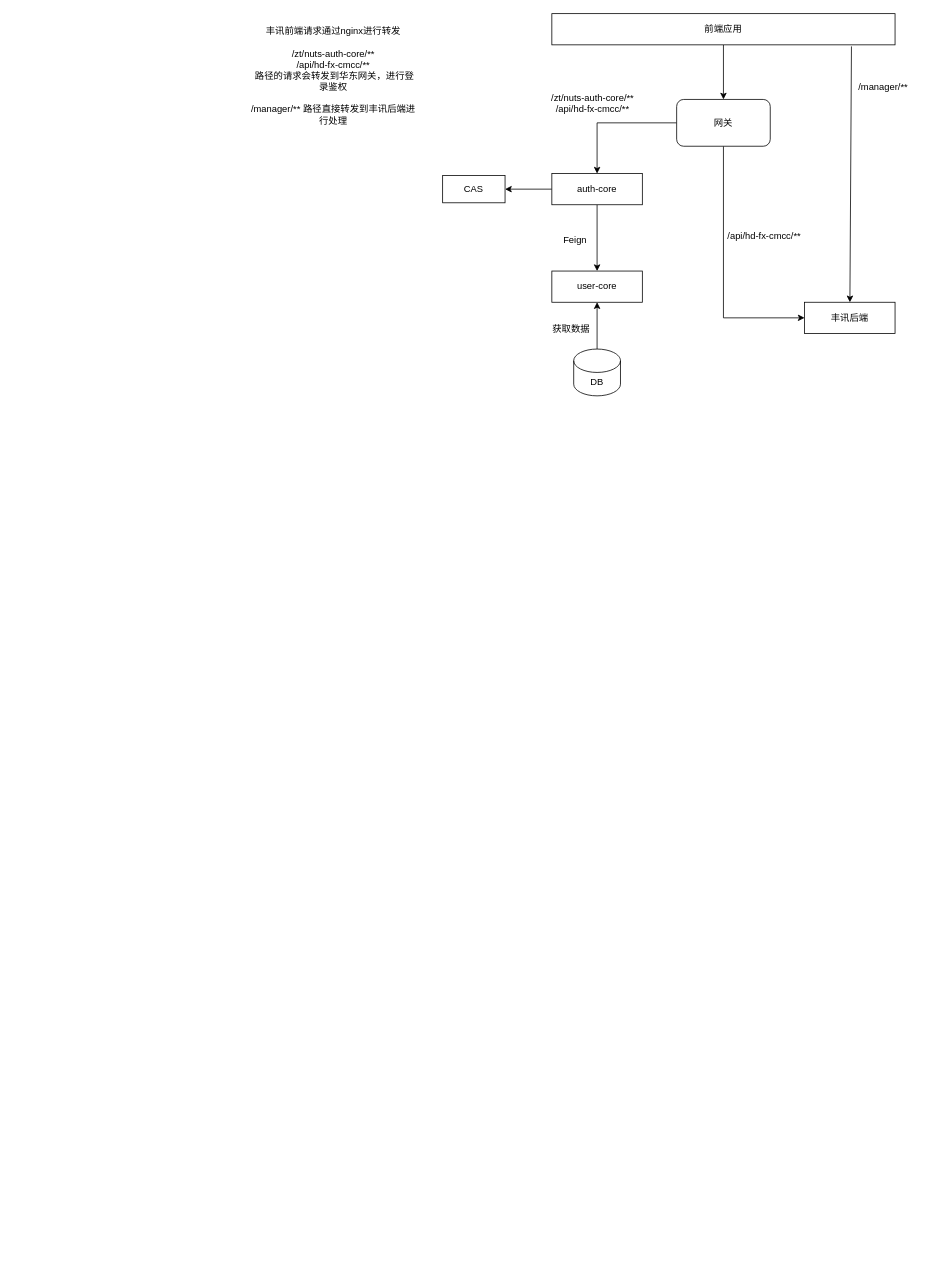
This is 服务迁移.drawio from vvhard/draw_io, a draw.io file, before an edit. Source tidied: cells renumbered, new cells numbered last; positions are measured from the earlier drawing's top-left corner, leaving out a move shared by most shapes. Both pictures are drawn from the tidied source at 78%, with x=0, y=0 at pixel (247, 13).
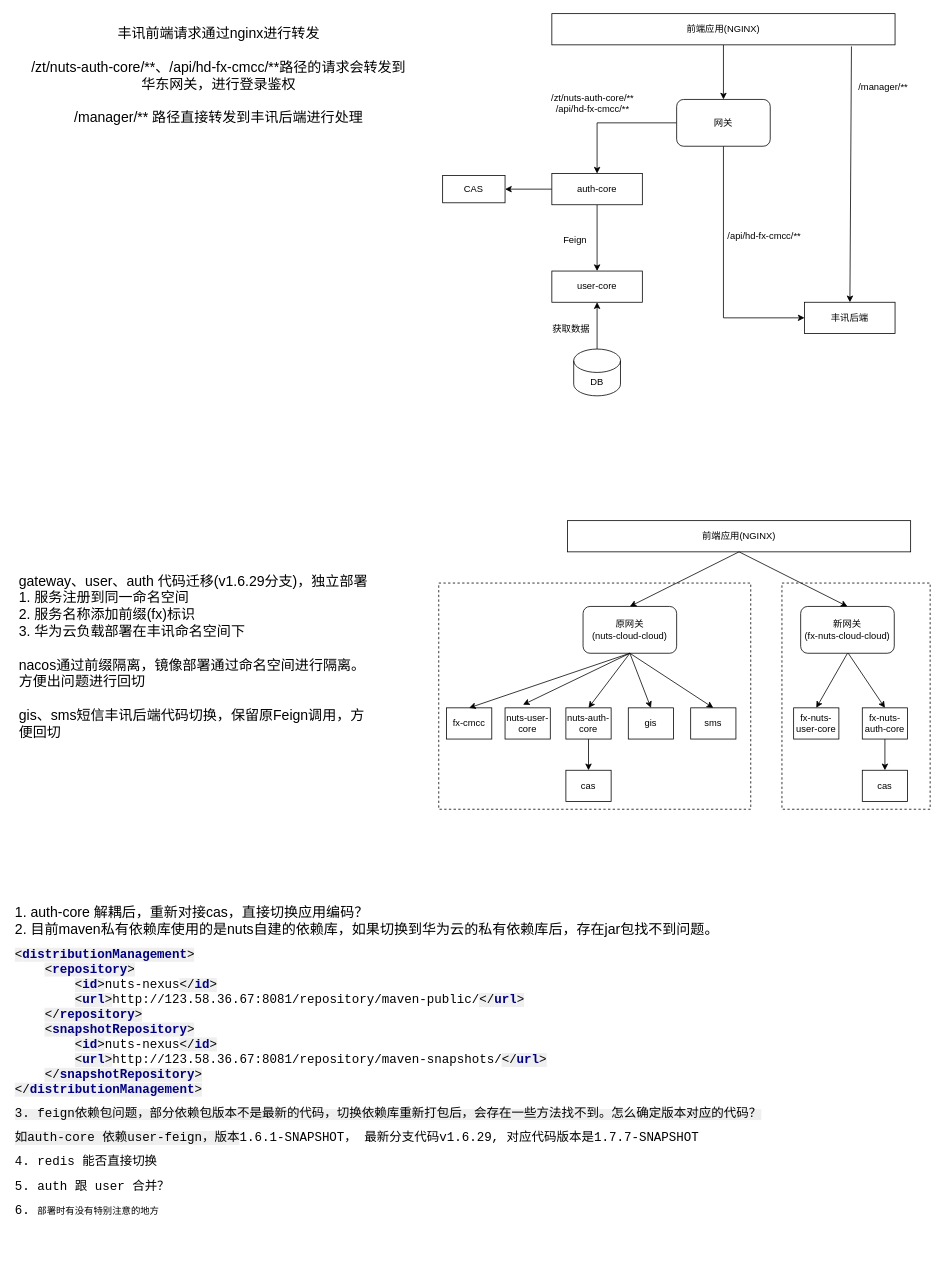
Above is the later version.

Diff of the diagram source:
```diff
@@
+    <mxCell id="22" style="rounded=0;whiteSpace=wrap;html=1;dashed=1;" parent="1" vertex="1">
+      <mxGeometry x="685" y="730" width="190" height="290" as="geometry" />
+    </mxCell>
+    <mxCell id="23" style="rounded=0;whiteSpace=wrap;html=1;dashed=1;" parent="1" vertex="1">
+      <mxGeometry x="245" y="730" width="400" height="290" as="geometry" />
+    </mxCell>
@@
-    <mxCell id="3" value="前端应用" style="rounded=0;whiteSpace=wrap;html=1;" parent="1" vertex="1">
+    <mxCell id="3" value="前端应用(NGINX)" style="rounded=0;whiteSpace=wrap;html=1;" parent="1" vertex="1">
       <mxGeometry x="390" width="440" height="40" as="geometry" />
     </mxCell>
@@
-    <mxCell id="21" value="丰讯前端请求通过nginx进行转发&lt;br&gt;&lt;br&gt;/zt/nuts-auth-core/**&lt;br&gt;/api/hd-fx-cmcc/**&lt;br&gt;&amp;nbsp;路径的请求会转发到华东网关，进行登录鉴权&lt;br&gt;&lt;br&gt;/manager/** 路径直接转发到丰讯后端进行处理" style="text;html=1;strokeColor=none;fillColor=none;align=center;verticalAlign=middle;whiteSpace=wrap;rounded=0;" parent="1" vertex="1">
-      <mxGeometry width="220" height="160" as="geometry" />
+    <mxCell id="21" value="&lt;font style=&quot;font-size: 18px;&quot;&gt;丰讯前端请求通过nginx进行转发&lt;br&gt;&lt;br&gt;/zt/nuts-auth-core/**、/api/hd-fx-cmcc/**路径的请求会转发到华东网关，进行登录鉴权&lt;br&gt;&lt;br&gt;/manager/** 路径直接转发到丰讯后端进行处理&lt;/font&gt;" style="text;html=1;strokeColor=none;fillColor=none;align=center;verticalAlign=middle;whiteSpace=wrap;rounded=0;" parent="1" vertex="1">
+      <mxGeometry x="-280" width="486" height="160" as="geometry" />
     </mxCell>
+    <mxCell id="24" value="前端应用(NGINX)" style="rounded=0;whiteSpace=wrap;html=1;" parent="1" vertex="1">
+      <mxGeometry x="410" y="650" width="440" height="40" as="geometry" />
+    </mxCell>
+    <mxCell id="25" value="原网关&lt;br&gt;(nuts-cloud-cloud)" style="rounded=1;whiteSpace=wrap;html=1;" parent="1" vertex="1">
+      <mxGeometry x="430" y="760" width="120" height="60" as="geometry" />
+    </mxCell>
+    <mxCell id="26" value="新网关&lt;br&gt;(fx-nuts-cloud-cloud)" style="rounded=1;whiteSpace=wrap;html=1;" parent="1" vertex="1">
+      <mxGeometry x="709" y="760" width="120" height="60" as="geometry" />
+    </mxCell>
+    <mxCell id="27" value="nuts-user-core" style="rounded=0;whiteSpace=wrap;html=1;" parent="1" vertex="1">
+      <mxGeometry x="330" y="890" width="58" height="40" as="geometry" />
+    </mxCell>
+    <mxCell id="28" style="edgeStyle=orthogonalEdgeStyle;rounded=0;jettySize=auto;html=1;" parent="1" edge="1" source="29" target="47">
+      <mxGeometry relative="1" as="geometry" />
+    </mxCell>
+    <mxCell id="29" value="fx-nuts-auth-core" style="rounded=0;whiteSpace=wrap;html=1;" parent="1" vertex="1">
+      <mxGeometry x="788" y="890" width="58" height="40" as="geometry" />
+    </mxCell>
+    <mxCell id="30" value="gis" style="rounded=0;whiteSpace=wrap;html=1;" parent="1" vertex="1">
+      <mxGeometry x="488" y="890" width="58" height="40" as="geometry" />
+    </mxCell>
+    <mxCell id="31" value="sms" style="rounded=0;whiteSpace=wrap;html=1;" parent="1" vertex="1">
+      <mxGeometry x="568" y="890" width="58" height="40" as="geometry" />
+    </mxCell>
+    <mxCell id="32" value="fx-nuts-user-core" style="rounded=0;whiteSpace=wrap;html=1;" parent="1" vertex="1">
+      <mxGeometry x="700" y="890" width="58" height="40" as="geometry" />
+    </mxCell>
+    <mxCell id="33" style="edgeStyle=orthogonalEdgeStyle;rounded=0;jettySize=auto;html=1;" parent="1" edge="1" source="34" target="48">
+      <mxGeometry relative="1" as="geometry" />
+    </mxCell>
+    <mxCell id="34" value="nuts-auth-core" style="rounded=0;whiteSpace=wrap;html=1;" parent="1" vertex="1">
+      <mxGeometry x="408" y="890" width="58" height="40" as="geometry" />
+    </mxCell>
+    <mxCell id="35" style="endArrow=classic;html=1;rounded=0;entryX=0.397;entryY=-0.1;entryDx=0;entryDy=0;entryPerimeter=0;exitX=0.5;exitY=1;exitDx=0;exitDy=0;" parent="1" edge="1" source="25" target="27">
+      <mxGeometry relative="1" as="geometry" />
+    </mxCell>
+    <mxCell id="36" style="endArrow=classic;html=1;rounded=0;entryX=0.5;entryY=0;entryDx=0;entryDy=0;" parent="1" edge="1" target="34">
+      <mxGeometry relative="1" as="geometry">
+        <mxPoint x="490" y="820" as="sourcePoint" />
+      </mxGeometry>
+    </mxCell>
+    <mxCell id="37" style="endArrow=classic;html=1;rounded=0;entryX=0.5;entryY=0;entryDx=0;entryDy=0;" parent="1" edge="1" target="30">
+      <mxGeometry relative="1" as="geometry">
+        <mxPoint x="490" y="820" as="sourcePoint" />
+      </mxGeometry>
+    </mxCell>
+    <mxCell id="38" style="endArrow=classic;html=1;rounded=0;entryX=0.5;entryY=0;entryDx=0;entryDy=0;" parent="1" edge="1" target="31">
+      <mxGeometry relative="1" as="geometry">
+        <mxPoint x="490" y="820" as="sourcePoint" />
+      </mxGeometry>
+    </mxCell>
+    <mxCell id="39" style="endArrow=classic;html=1;rounded=0;entryX=0.5;entryY=0;entryDx=0;entryDy=0;exitX=0.5;exitY=1;exitDx=0;exitDy=0;" parent="1" edge="1" source="26" target="32">
+      <mxGeometry relative="1" as="geometry" />
+    </mxCell>
+    <mxCell id="40" style="endArrow=classic;html=1;rounded=0;entryX=0.5;entryY=0;entryDx=0;entryDy=0;" parent="1" edge="1" target="29">
+      <mxGeometry relative="1" as="geometry">
+        <mxPoint x="770" y="820" as="sourcePoint" />
+      </mxGeometry>
+    </mxCell>
+    <mxCell id="41" style="endArrow=classic;html=1;rounded=0;exitX=0.5;exitY=1;exitDx=0;exitDy=0;entryX=0.5;entryY=0;entryDx=0;entryDy=0;" parent="1" edge="1" source="24" target="25">
+      <mxGeometry relative="1" as="geometry" />
+    </mxCell>
+    <mxCell id="42" style="endArrow=classic;html=1;rounded=0;entryX=0.5;entryY=0;entryDx=0;entryDy=0;exitX=0.5;exitY=1;exitDx=0;exitDy=0;" parent="1" edge="1" source="24" target="26">
+      <mxGeometry relative="1" as="geometry" />
+    </mxCell>
+    <mxCell id="43" value="&lt;font style=&quot;&quot;&gt;&lt;font style=&quot;font-size: 18px;&quot;&gt;gateway、user、auth 代码迁移(v1.6.29分支)，独立部署&lt;br&gt;1. 服务注册到同一命名空间&lt;br&gt;2. 服务名称添加前缀(fx)标识&lt;br&gt;3. 华为云负载部署在丰讯命名空间下&lt;br&gt;&lt;br&gt;nacos通过前缀隔离，镜像部署通过命名空间进行隔离。&lt;br&gt;方便出问题进行回切&lt;br&gt;&lt;br&gt;gis、sms短信丰讯后端代码切换，保留原Feign调用，方便回切&lt;/font&gt;&lt;br&gt;&lt;/font&gt;" style="text;html=1;strokeColor=none;fillColor=none;align=left;verticalAlign=middle;whiteSpace=wrap;rounded=0;" parent="1" vertex="1">
+      <mxGeometry x="-295" y="690" width="460" height="270" as="geometry" />
+    </mxCell>
+    <mxCell id="44" value="&lt;font style=&quot;font-size: 18px;&quot;&gt;1. auth-core 解耦后，重新对接cas，直接切换应用编码？&lt;br&gt;2. 目前maven私有依赖库使用的是nuts自建的依赖库，如果切换到华为云的私有依赖库后，存在jar包找不到问题。&lt;br&gt;&lt;/font&gt;&lt;pre style=&quot;background-color: rgb(255, 255, 255); font-family: &amp;quot;Courier New&amp;quot;;&quot;&gt;&lt;font size=&quot;3&quot;&gt;&lt;span style=&quot;background-color:#efefef;&quot;&gt;&amp;lt;&lt;/span&gt;&lt;span style=&quot;color:#000080;background-color:#efefef;font-weight:bold;&quot;&gt;distributionManagement&lt;/span&gt;&lt;span style=&quot;background-color:#efefef;&quot;&gt;&amp;gt;&lt;/span&gt;&lt;br&gt;    &lt;span style=&quot;background-color:#efefef;&quot;&gt;&amp;lt;&lt;/span&gt;&lt;span style=&quot;color:#000080;background-color:#efefef;font-weight:bold;&quot;&gt;repository&lt;/span&gt;&lt;span style=&quot;background-color:#efefef;&quot;&gt;&amp;gt;&lt;/span&gt;&lt;br&gt;        &lt;span style=&quot;background-color:#efefef;&quot;&gt;&amp;lt;&lt;/span&gt;&lt;span style=&quot;color:#000080;background-color:#efefef;font-weight:bold;&quot;&gt;id&lt;/span&gt;&lt;span style=&quot;background-color:#efefef;&quot;&gt;&amp;gt;&lt;/span&gt;nuts-nexus&lt;span style=&quot;background-color:#efefef;&quot;&gt;&amp;lt;/&lt;/span&gt;&lt;span style=&quot;color:#000080;background-color:#efefef;font-weight:bold;&quot;&gt;id&lt;/span&gt;&lt;span style=&quot;background-color:#efefef;&quot;&gt;&amp;gt;&lt;/span&gt;&lt;br&gt;        &lt;span style=&quot;background-color:#efefef;&quot;&gt;&amp;lt;&lt;/span&gt;&lt;span style=&quot;color:#000080;background-color:#efefef;font-weight:bold;&quot;&gt;url&lt;/span&gt;&lt;span style=&quot;background-color:#efefef;&quot;&gt;&amp;gt;&lt;/span&gt;http://123.58.36.67:8081/repository/maven-public/&lt;span style=&quot;background-color:#efefef;&quot;&gt;&amp;lt;/&lt;/span&gt;&lt;span style=&quot;color:#000080;background-color:#efefef;font-weight:bold;&quot;&gt;url&lt;/span&gt;&lt;span style=&quot;background-color:#efefef;&quot;&gt;&amp;gt;&lt;/span&gt;&lt;br&gt;    &lt;span style=&quot;background-color:#efefef;&quot;&gt;&amp;lt;/&lt;/span&gt;&lt;span style=&quot;color:#000080;background-color:#efefef;font-weight:bold;&quot;&gt;repository&lt;/span&gt;&lt;span style=&quot;background-color:#efefef;&quot;&gt;&amp;gt;&lt;/span&gt;&lt;br&gt;    &lt;span style=&quot;background-color:#efefef;&quot;&gt;&amp;lt;&lt;/span&gt;&lt;span style=&quot;color:#000080;background-color:#efefef;font-weight:bold;&quot;&gt;snapshotRepository&lt;/span&gt;&lt;span style=&quot;background-color:#efefef;&quot;&gt;&amp;gt;&lt;/span&gt;&lt;br&gt;        &lt;span style=&quot;background-color:#efefef;&quot;&gt;&amp;lt;&lt;/span&gt;&lt;span style=&quot;color:#000080;background-color:#efefef;font-weight:bold;&quot;&gt;id&lt;/span&gt;&lt;span style=&quot;background-color:#efefef;&quot;&gt;&amp;gt;&lt;/span&gt;nuts-nexus&lt;span style=&quot;background-color:#efefef;&quot;&gt;&amp;lt;/&lt;/span&gt;&lt;span style=&quot;color:#000080;background-color:#efefef;font-weight:bold;&quot;&gt;id&lt;/span&gt;&lt;span style=&quot;background-color:#efefef;&quot;&gt;&amp;gt;&lt;/span&gt;&lt;br&gt;        &lt;span style=&quot;background-color:#efefef;&quot;&gt;&amp;lt;&lt;/span&gt;&lt;span style=&quot;color:#000080;background-color:#efefef;font-weight:bold;&quot;&gt;url&lt;/span&gt;&lt;span style=&quot;background-color:#efefef;&quot;&gt;&amp;gt;&lt;/span&gt;http://123.58.36.67:8081/repository/maven-snapshots/&lt;span style=&quot;background-color:#efefef;&quot;&gt;&amp;lt;/&lt;/span&gt;&lt;span style=&quot;color:#000080;background-color:#efefef;font-weight:bold;&quot;&gt;url&lt;/span&gt;&lt;span style=&quot;background-color:#efefef;&quot;&gt;&amp;gt;&lt;/span&gt;&lt;br&gt;    &lt;span style=&quot;background-color:#efefef;&quot;&gt;&amp;lt;/&lt;/span&gt;&lt;span style=&quot;color:#000080;background-color:#efefef;font-weight:bold;&quot;&gt;snapshotRepository&lt;/span&gt;&lt;span style=&quot;background-color:#efefef;&quot;&gt;&amp;gt;&lt;/span&gt;&lt;br&gt;&lt;span style=&quot;background-color:#efefef;&quot;&gt;&amp;lt;/&lt;/span&gt;&lt;span style=&quot;color:#000080;background-color:#efefef;font-weight:bold;&quot;&gt;distributionManagement&lt;/span&gt;&lt;span style=&quot;background-color:#efefef;&quot;&gt;&amp;gt;&lt;/span&gt;&lt;/font&gt;&lt;/pre&gt;&lt;pre style=&quot;background-color: rgb(255, 255, 255); font-family: &amp;quot;Courier New&amp;quot;;&quot;&gt;&lt;span style=&quot;background-color:#efefef;&quot;&gt;&lt;font size=&quot;3&quot;&gt;3. feign依赖包问题，部分依赖包版本不是最新的代码，切换依赖库重新打包后，会存在一些方法找不到。怎么确定版本对应的代码？&lt;/font&gt;&lt;/span&gt;&lt;/pre&gt;&lt;pre style=&quot;background-color: rgb(255, 255, 255); font-family: &amp;quot;Courier New&amp;quot;;&quot;&gt;&lt;font size=&quot;3&quot;&gt;&lt;span style=&quot;background-color:#efefef;&quot;&gt;如auth-core 依赖user-feign，版本&lt;/span&gt;1.6.1-SNAPSHOT， 最新分支代码v1.6.29, 对应代码版本是1.7.7-SNAPSHOT&lt;/font&gt;&lt;/pre&gt;&lt;pre style=&quot;background-color: rgb(255, 255, 255); font-family: &amp;quot;Courier New&amp;quot;;&quot;&gt;&lt;font size=&quot;3&quot;&gt;4. redis 能否直接切换&lt;/font&gt;&lt;/pre&gt;&lt;pre style=&quot;background-color: rgb(255, 255, 255); font-family: &amp;quot;Courier New&amp;quot;;&quot;&gt;&lt;font size=&quot;3&quot;&gt;5. auth 跟 user 合并？ &lt;/font&gt;&lt;/pre&gt;&lt;pre style=&quot;background-color: rgb(255, 255, 255); font-family: &amp;quot;Courier New&amp;quot;;&quot;&gt;&lt;font size=&quot;3&quot;&gt;6. &lt;/font&gt;部署时有没有特别注意的地方&lt;/pre&gt;" style="text;html=1;strokeColor=none;fillColor=none;align=left;verticalAlign=middle;whiteSpace=wrap;rounded=0;" parent="1" vertex="1">
+      <mxGeometry x="-300" y="1090" width="980" height="520" as="geometry" />
+    </mxCell>
+    <mxCell id="45" value="fx-cmcc" style="rounded=0;whiteSpace=wrap;html=1;" parent="1" vertex="1">
+      <mxGeometry x="255" y="890" width="58" height="40" as="geometry" />
+    </mxCell>
+    <mxCell id="46" style="endArrow=classic;html=1;rounded=0;entryX=0.5;entryY=0;entryDx=0;entryDy=0;exitX=0.5;exitY=1;exitDx=0;exitDy=0;" parent="1" edge="1" source="25" target="45">
+      <mxGeometry relative="1" as="geometry" />
+    </mxCell>
+    <mxCell id="47" value="cas" style="rounded=0;whiteSpace=wrap;html=1;" parent="1" vertex="1">
+      <mxGeometry x="788" y="970" width="58" height="40" as="geometry" />
+    </mxCell>
+    <mxCell id="48" value="cas" style="rounded=0;whiteSpace=wrap;html=1;" parent="1" vertex="1">
+      <mxGeometry x="408" y="970" width="58" height="40" as="geometry" />
+    </mxCell>
```
